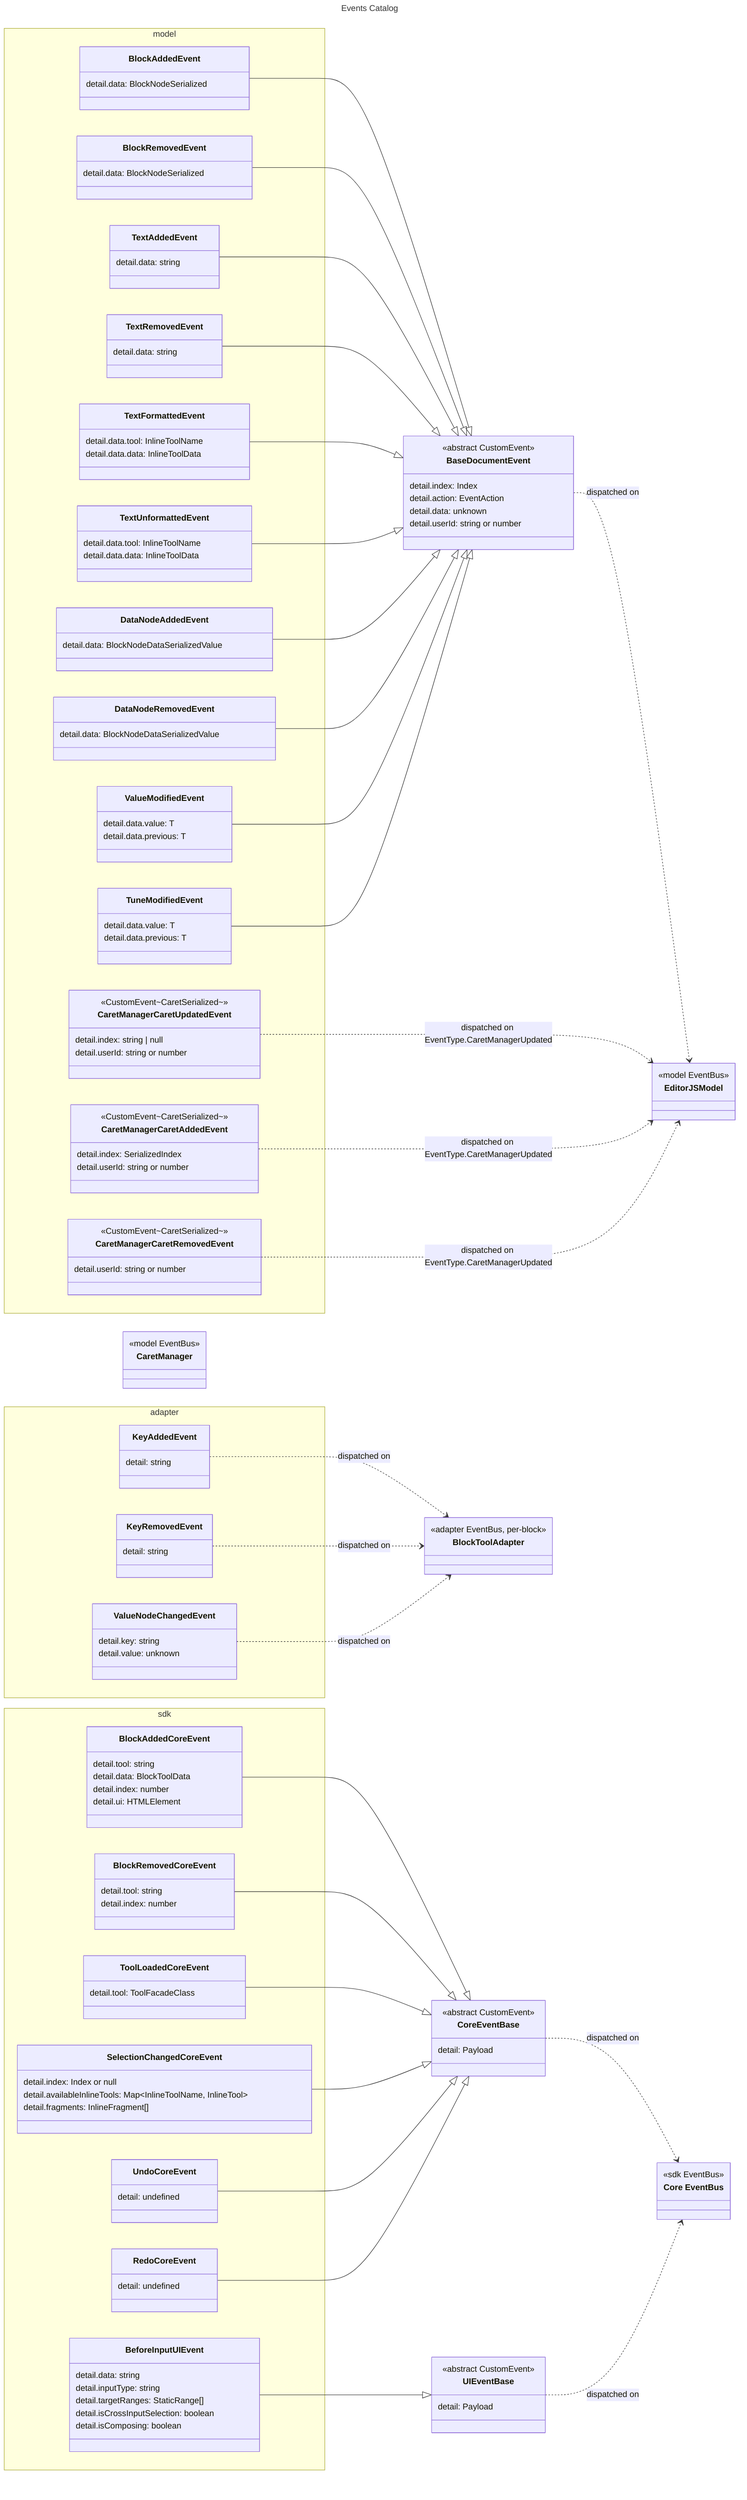
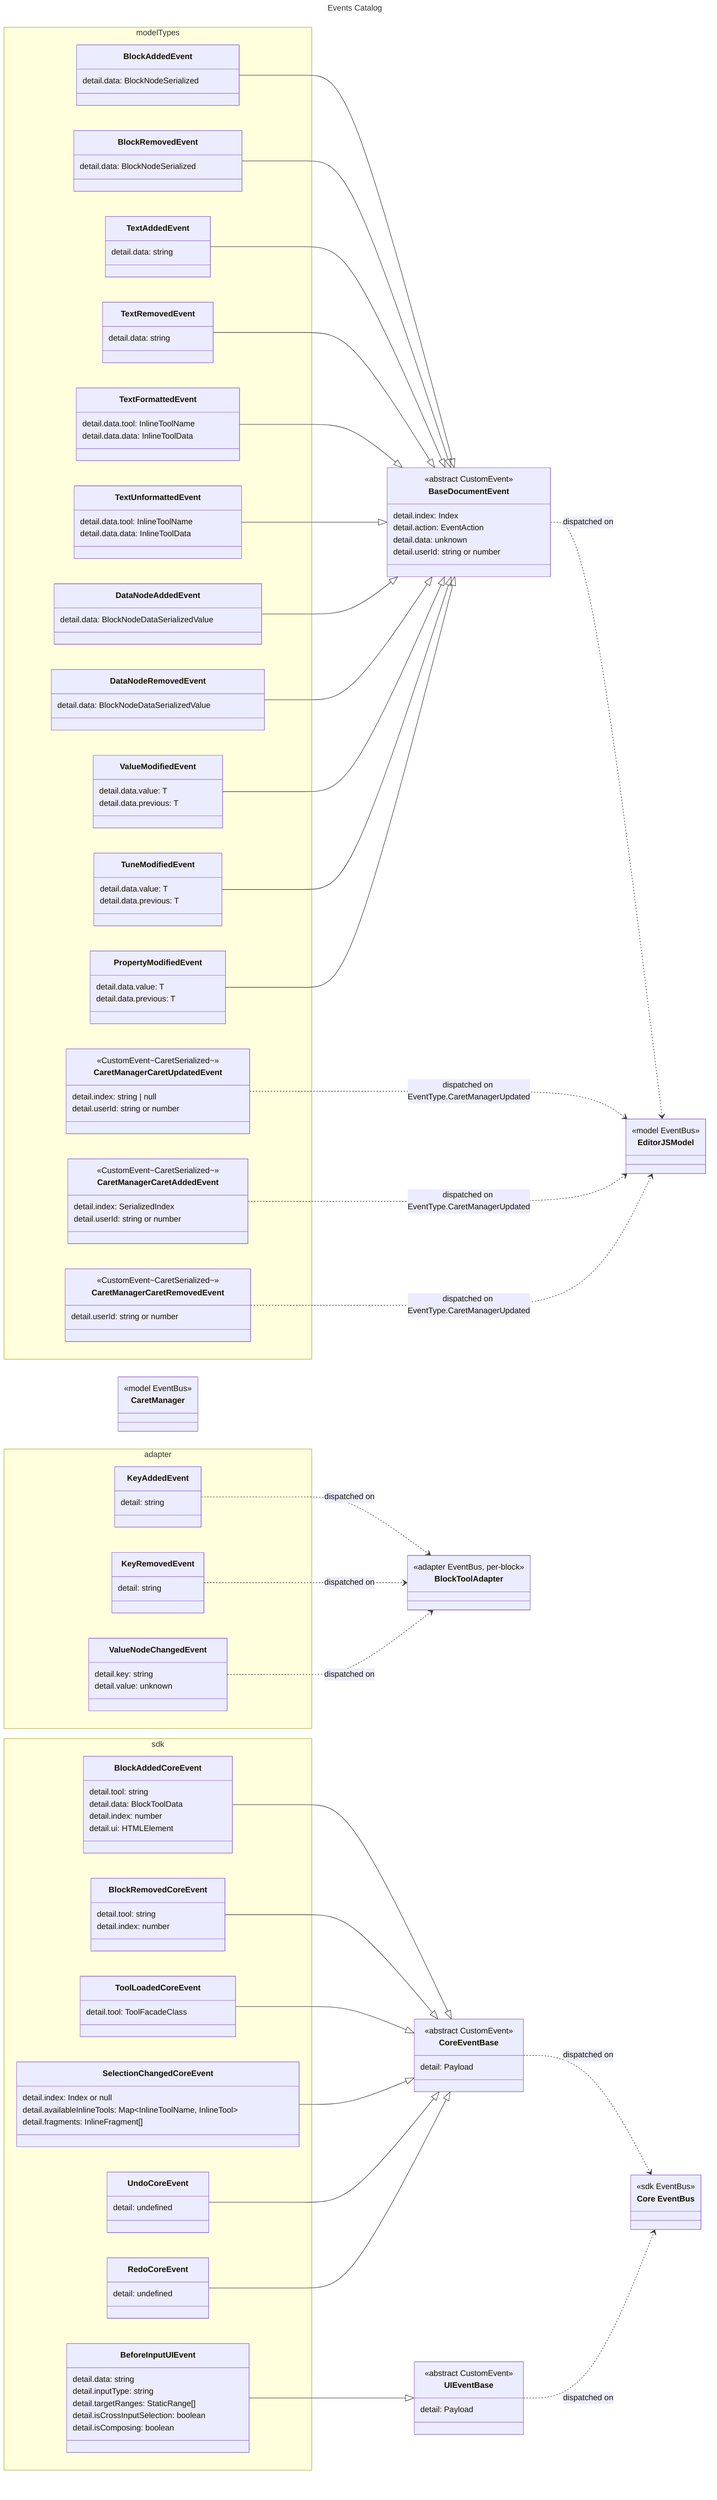
---
title: Events Catalog
config:
  layout: dagre
---
%% See: ../events.md
classDiagram

  direction LR

  %% ── Base classes ─────────────────────────────────
+   %% BaseDocumentEvent is defined in @editorjs/model-types, like the
+   %% concrete events below it.
  class BaseDocumentEvent {
    <<abstract CustomEvent>>
    detail.index: Index
    detail.action: EventAction
    detail.data: unknown
    detail.userId: string or number
  }

  class CoreEventBase {
    <<abstract CustomEvent>>
    detail: Payload
  }

  class UIEventBase {
    <<abstract CustomEvent>>
    detail: Payload
  }

  %% ── Event Dispatchers ────────────────────────────
  class EditorJSModel {
    <<model EventBus>>
  }

  class CaretManager {
    <<model EventBus>>
  }

  class CoreEventBus["Core EventBus"] {
    <<sdk EventBus>>
  }

  class BlockToolAdapterBus["BlockToolAdapter"] {
    <<adapter EventBus, per-block>>
  }

-   %% ── @editorjs/model ──────────────────────────────
-   namespace model {
+   %% ── @editorjs/model-types ────────────────────────
+   %% Defined here, internal-only; re-exported by both `model` (for
+   %% EditorJSModel to dispatch) and `sdk` (for tools/plugins to consume).
+   namespace modelTypes {
    class BlockAddedEvent {
      detail.data: BlockNodeSerialized
    }
    class BlockRemovedEvent {
      detail.data: BlockNodeSerialized
    }
    class TextAddedEvent {
      detail.data: string
    }
    class TextRemovedEvent {
      detail.data: string
    }
    class TextFormattedEvent {
      detail.data.tool: InlineToolName
      detail.data.data: InlineToolData
    }
    class TextUnformattedEvent {
      detail.data.tool: InlineToolName
      detail.data.data: InlineToolData
    }
    class DataNodeAddedEvent {
      detail.data: BlockNodeDataSerializedValue
    }
    class DataNodeRemovedEvent {
      detail.data: BlockNodeDataSerializedValue
    }
    class ValueModifiedEvent {
      detail.data.value: T
      detail.data.previous: T
    }
    class TuneModifiedEvent {
+       detail.data.value: T
+       detail.data.previous: T
+     }
+     class PropertyModifiedEvent {
      detail.data.value: T
      detail.data.previous: T
    }
     class CaretManagerCaretUpdatedEvent {
       <<CustomEvent~CaretSerialized~>>
       detail.index: string | null
       detail.userId: string or number
     }
    class CaretManagerCaretAddedEvent {
      <<CustomEvent~CaretSerialized~>>
      detail.index: SerializedIndex
      detail.userId: string or number
    }
    class CaretManagerCaretRemovedEvent {
      <<CustomEvent~CaretSerialized~>>
      detail.userId: string or number
    }
  }

  %% ── @editorjs/sdk — EventBus ─────────────────────
  namespace sdk {
    class BlockAddedCoreEvent {
      detail.tool: string
      detail.data: BlockToolData
      detail.index: number
      detail.ui: HTMLElement
    }
    class BlockRemovedCoreEvent {
      detail.tool: string
      detail.index: number
    }
    class ToolLoadedCoreEvent {
      detail.tool: ToolFacadeClass
    }
    class SelectionChangedCoreEvent {
      detail.index: Index or null
      detail.availableInlineTools: Map~InlineToolName, InlineTool~
      detail.fragments: InlineFragment[]
    }
    class UndoCoreEvent {
      detail: undefined
    }
    class RedoCoreEvent {
      detail: undefined
    }
     class BeforeInputUIEvent {
       detail.data: string
       detail.inputType: string
       detail.targetRanges: StaticRange[]
       detail.isCrossInputSelection: boolean
       detail.isComposing: boolean
     }
  }

  %% ── @editorjs/sdk — BlockToolAdapter (per-block) ─
  namespace adapter {
    class KeyAddedEvent {
      detail: string
    }
    class KeyRemovedEvent {
      detail: string
    }
    class ValueNodeChangedEvent {
      detail.key: string
      detail.value: unknown
    }
  }

  %% ── Inheritance ──────────────────────────────────
  BlockAddedEvent --|> BaseDocumentEvent
  BlockRemovedEvent --|> BaseDocumentEvent
  TextAddedEvent --|> BaseDocumentEvent
  TextRemovedEvent --|> BaseDocumentEvent
  TextFormattedEvent --|> BaseDocumentEvent
  TextUnformattedEvent --|> BaseDocumentEvent
  DataNodeAddedEvent --|> BaseDocumentEvent
  DataNodeRemovedEvent --|> BaseDocumentEvent
  ValueModifiedEvent --|> BaseDocumentEvent
  TuneModifiedEvent --|> BaseDocumentEvent
+   PropertyModifiedEvent --|> BaseDocumentEvent

  BlockAddedCoreEvent --|> CoreEventBase
  BlockRemovedCoreEvent --|> CoreEventBase
  ToolLoadedCoreEvent --|> CoreEventBase
  SelectionChangedCoreEvent --|> CoreEventBase
  UndoCoreEvent --|> CoreEventBase
  RedoCoreEvent --|> CoreEventBase

  BeforeInputUIEvent --|> UIEventBase

  %% ── Dispatchers ──────────────────────────────────
  BaseDocumentEvent ..> EditorJSModel : dispatched on
  CaretManagerCaretUpdatedEvent ..> EditorJSModel : dispatched on EventType.CaretManagerUpdated
  CaretManagerCaretAddedEvent ..> EditorJSModel : dispatched on EventType.CaretManagerUpdated
  CaretManagerCaretRemovedEvent ..> EditorJSModel : dispatched on EventType.CaretManagerUpdated
  CoreEventBase ..> CoreEventBus : dispatched on
  UIEventBase ..> CoreEventBus : dispatched on
  KeyAddedEvent ..> BlockToolAdapterBus : dispatched on
  KeyRemovedEvent ..> BlockToolAdapterBus : dispatched on
  ValueNodeChangedEvent ..> BlockToolAdapterBus : dispatched on
